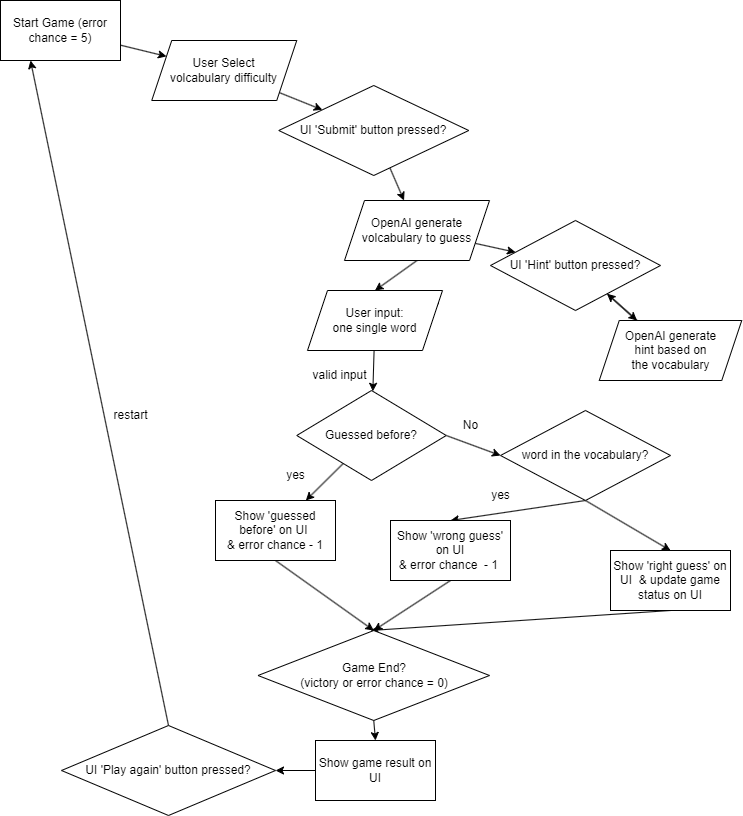
YenYu-Tung/BDS_final_project keeps this draw.io diagram as images/flowChart.png. Above is the earlier version. Source tidied: cells renumbered, new cells last; positions are measured from the earlier drawing's top-left corner, leaving out a move shared by most shapes.
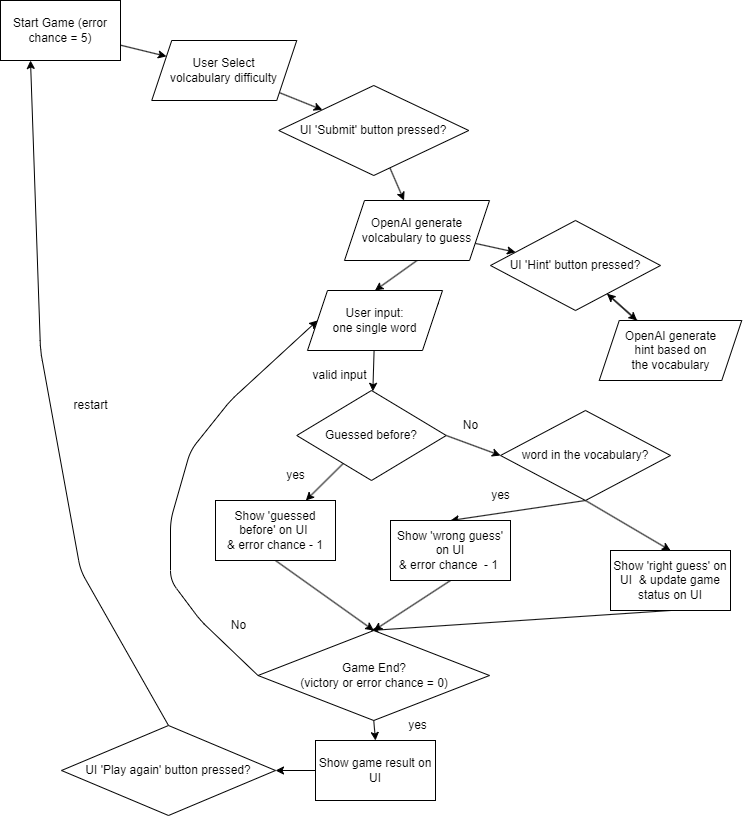
The same file after the commit.

Change to the diagram source:
```diff
@@ -105,11 +105,27 @@
     <mxCell id="34" style="edgeStyle=none;html=1;exitX=0.5;exitY=1;exitDx=0;exitDy=0;entryX=0.5;entryY=0;entryDx=0;entryDy=0;" parent="1" edge="1" source="35" target="39">
       <mxGeometry relative="1" as="geometry" />
     </mxCell>
+    <mxCell id="41" style="edgeStyle=none;html=1;exitX=0;exitY=0.5;exitDx=0;exitDy=0;entryX=0;entryY=0.5;entryDx=0;entryDy=0;" parent="1" edge="1" source="35" target="17">
+      <mxGeometry relative="1" as="geometry">
+        <Array as="points">
+          <mxPoint x="200" y="620" />
+          <mxPoint x="170" y="580" />
+          <mxPoint x="170" y="520" />
+          <mxPoint x="190" y="450" />
+          <mxPoint x="230" y="400" />
+        </Array>
+      </mxGeometry>
+    </mxCell>
     <mxCell id="35" value="Game End? &lt;br&gt;(victory or error chance = 0)" style="rhombus;whiteSpace=wrap;html=1;" parent="1" vertex="1">
       <mxGeometry x="257.5" y="630" width="231.5" height="90" as="geometry" />
     </mxCell>
     <mxCell id="36" style="edgeStyle=none;html=1;exitX=0.5;exitY=0;exitDx=0;exitDy=0;entryX=0.25;entryY=1;entryDx=0;entryDy=0;" parent="1" edge="1" source="37" target="3">
-      <mxGeometry relative="1" as="geometry" />
+      <mxGeometry relative="1" as="geometry">
+        <Array as="points">
+          <mxPoint x="80" y="570" />
+          <mxPoint x="40" y="350" />
+        </Array>
+      </mxGeometry>
     </mxCell>
     <mxCell id="37" value="UI 'Play again' button pressed?" style="rhombus;whiteSpace=wrap;html=1;" parent="1" vertex="1">
       <mxGeometry x="61" y="725" width="214" height="90" as="geometry" />
@@ -121,7 +137,13 @@
       <mxGeometry x="315" y="740" width="120" height="60" as="geometry" />
     </mxCell>
     <mxCell id="40" value="restart" style="text;html=1;align=center;verticalAlign=middle;strokeColor=none;fillColor=none;" parent="1" vertex="1">
-      <mxGeometry x="100" y="400" width="60" height="30" as="geometry" />
+      <mxGeometry x="60" y="390" width="60" height="30" as="geometry" />
     </mxCell>
+    <mxCell id="42" value="yes" style="text;html=1;align=center;verticalAlign=middle;strokeColor=none;fillColor=none;" parent="1" vertex="1">
+      <mxGeometry x="396.5" y="710" width="40" height="30" as="geometry" />
+    </mxCell>
+    <mxCell id="43" value="No" style="text;html=1;align=center;verticalAlign=middle;strokeColor=none;fillColor=none;" parent="1" vertex="1">
+      <mxGeometry x="217.5" y="610" width="40" height="30" as="geometry" />
+    </mxCell>
   </root>
 </mxGraphModel>
```
